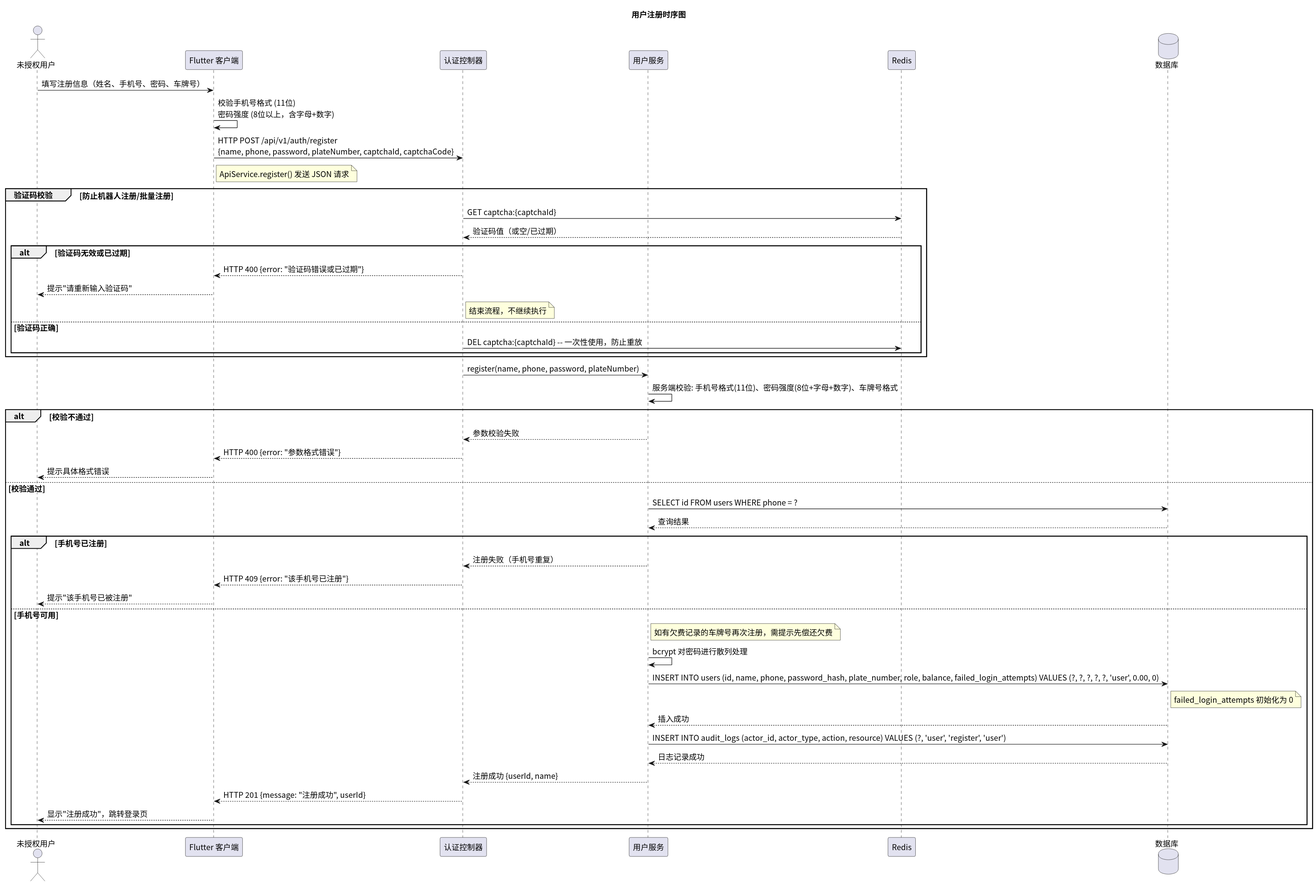
Before: time/img/sequence_register.svg, a diagram exported from PlantUML (greenhandzdl/charging-station-doc).
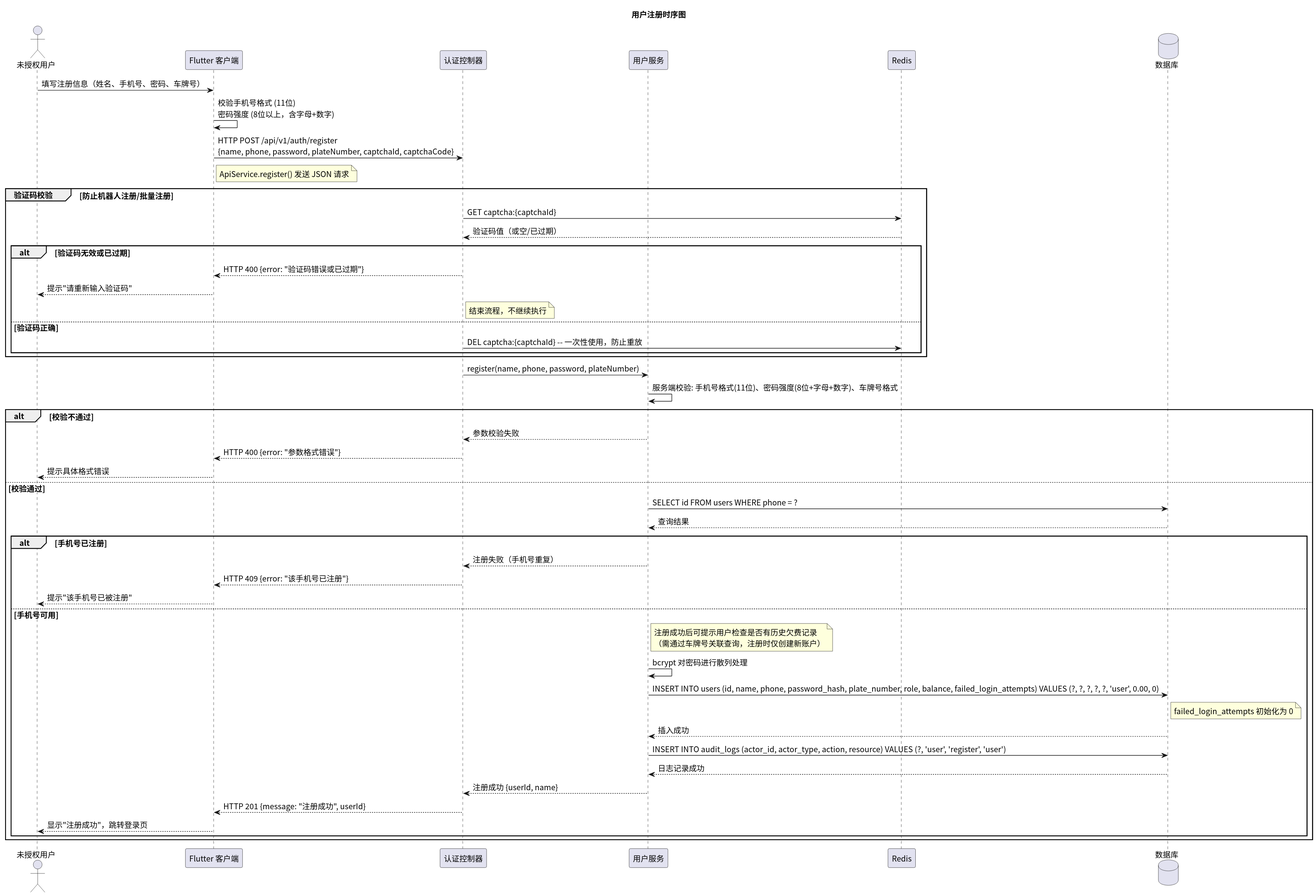
After the change.

What changed in the source:
```diff
@@ -44,7 +44,7 @@
     Ctrl --> FE: HTTP 409 {error: "该手机号已注册"}
     FE --> U: 提示"该手机号已被注册"
   else 手机号可用
-    note right US : 如有欠费记录的车牌号再次注册，需提示先偿还欠费
+    note right US : 注册成功后可提示用户检查是否有历史欠费记录\n（需通过车牌号关联查询，注册时仅创建新账户）
     US -> US: bcrypt 对密码进行散列处理
     US -> DB: INSERT INTO users (id, name, phone, password_hash, plate_number, role, balance, failed_login_attempts) VALUES (?, ?, ?, ?, ?, 'user', 0.00, 0)
     note right DB : failed_login_attempts 初始化为 0
```
